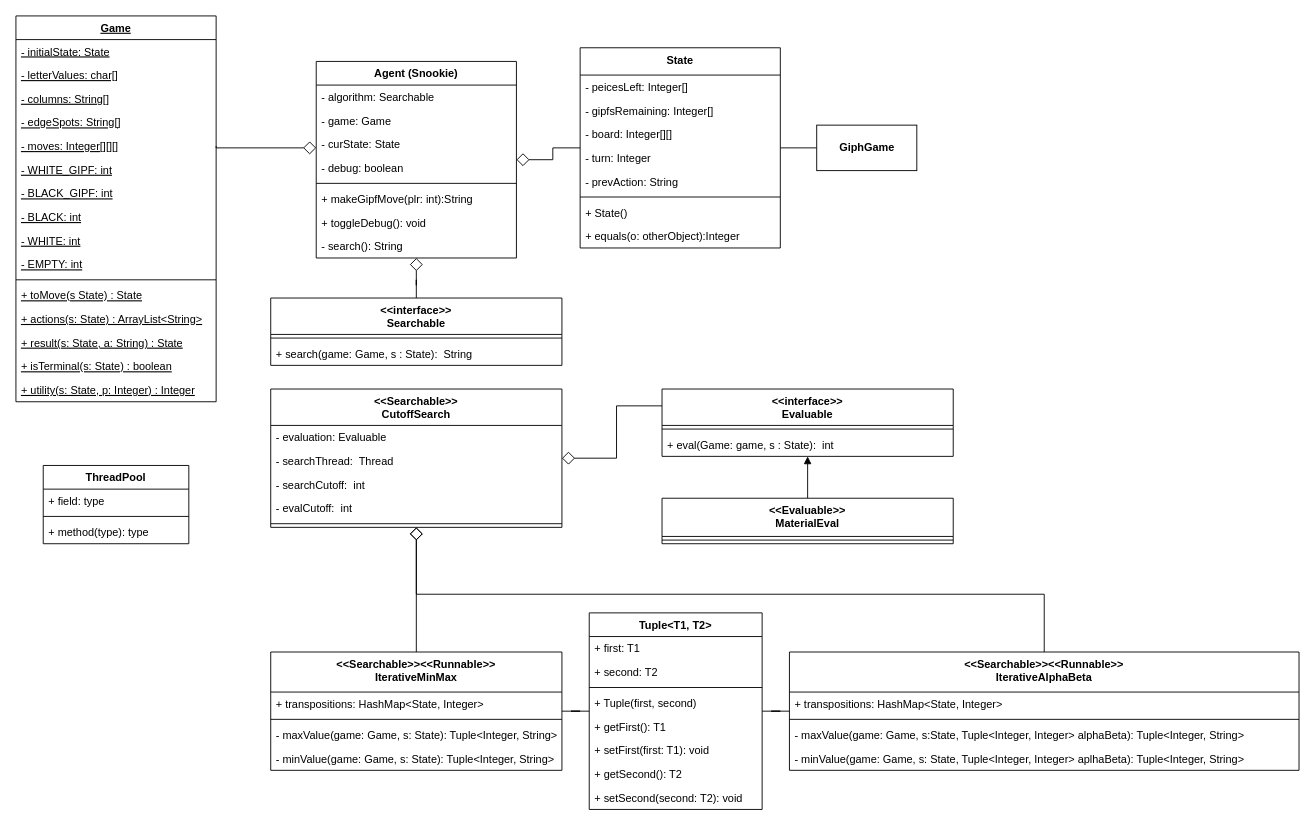
Earlier version of the draw.io diagram diagrams/CSC3335_Project3.drawio (tone-man/tone-man-hancockcraveirocanfield_3335_project3). Source tidied: cells renumbered, new cells numbered last; positions are measured from the earlier drawing's top-left corner, leaving out a move shared by most shapes. Both pictures are drawn from the tidied source at 91%, with x=0, y=0 at pixel (15, 15).
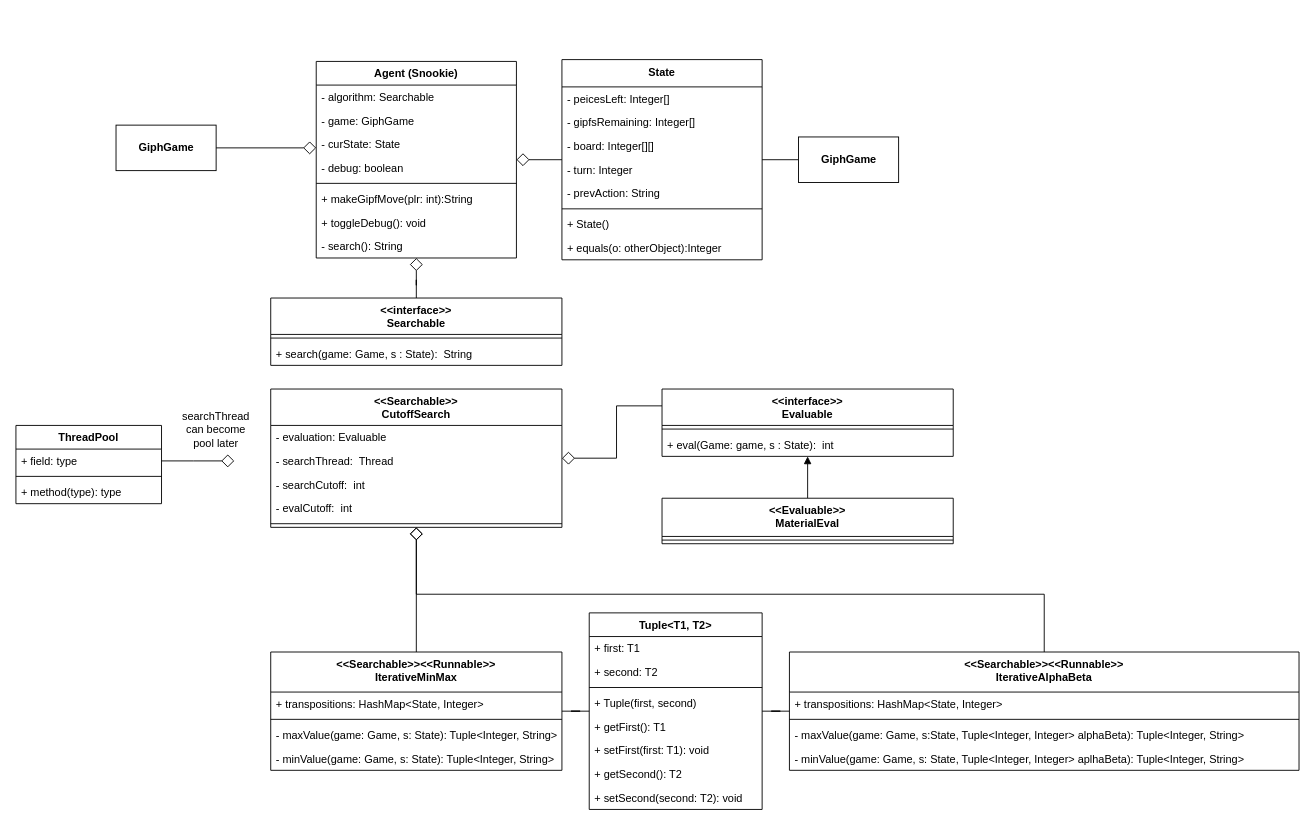
The same page after the edit.

Commit message (it also covers changes not shown here):
Collapsed Game into GipfGame

Unchanged cells that the change refers to:
```xml
<mxCell id="2" value="Agent (Snookie)" style="swimlane;fontStyle=1;align=center;verticalAlign=top;horizontal=1;startSize=26;" parent="1" vertex="1">
  <mxGeometry x="330" y="50" width="220" height="216" as="geometry" />
</mxCell>
<mxCell id="42" value="+ field: type" style="text;strokeColor=none;fillColor=none;align=left;verticalAlign=top;spacingLeft=4;spacingRight=4;overflow=hidden;points=[[0,0.5],[1,0.5]];portConstraint=eastwest;" parent="41" vertex="1">
  <mxGeometry y="26" width="160" height="26" as="geometry" />
</mxCell>
```

Diff of the diagram source:
```diff
@@
-    <mxCell id="4" value="- game: Game" style="text;strokeColor=none;fillColor=none;align=left;verticalAlign=top;spacingLeft=4;spacingRight=4;overflow=hidden;" parent="2" vertex="1">
+    <mxCell id="4" value="- game: GiphGame" style="text;strokeColor=none;fillColor=none;align=left;verticalAlign=top;spacingLeft=4;spacingRight=4;overflow=hidden;" parent="2" vertex="1">
       <mxGeometry y="52" width="220" height="26" as="geometry" />
     </mxCell>
@@
-    <mxCell id="17" style="edgeStyle=orthogonalEdgeStyle;rounded=0;jettySize=auto;html=1;endArrow=diamond;endFill=0;endSize=12;exitX=1;exitY=0.5;exitDx=0;exitDy=0;" parent="1" edge="1" source="23" target="2">
+    <mxCell id="17" style="edgeStyle=orthogonalEdgeStyle;rounded=0;jettySize=auto;html=1;endArrow=diamond;endFill=0;endSize=12;exitX=1;exitY=0.5;exitDx=0;exitDy=0;" parent="1" edge="1" target="2">
       <mxGeometry relative="1" as="geometry">
+        <mxPoint x="220" y="143" as="sourcePoint" />
         <Array as="points">
-          <mxPoint x="220" y="145" />
+          <mxPoint x="150" y="143" />
+          <mxPoint x="150" y="145" />
         </Array>
       </mxGeometry>
     </mxCell>
-    <mxCell id="18" value="Game" style="swimlane;fontStyle=5;align=center;verticalAlign=top;horizontal=1;startSize=26;" parent="1" vertex="1">
-      <mxGeometry width="220" height="424" as="geometry" />
-    </mxCell>
-    <mxCell id="19" value="- initialState: State" style="text;strokeColor=none;fillColor=none;align=left;verticalAlign=top;spacingLeft=4;spacingRight=4;overflow=hidden;fontStyle=4;" parent="18" vertex="1">
-      <mxGeometry y="26" width="220" height="26" as="geometry" />
-    </mxCell>
-    <mxCell id="20" value="- letterValues: char[]" style="text;strokeColor=none;fillColor=none;align=left;verticalAlign=top;spacingLeft=4;spacingRight=4;overflow=hidden;fontStyle=4;" parent="18" vertex="1">
-      <mxGeometry y="52" width="220" height="26" as="geometry" />
-    </mxCell>
-    <mxCell id="21" value="- columns: String[]" style="text;strokeColor=none;fillColor=none;align=left;verticalAlign=top;spacingLeft=4;spacingRight=4;overflow=hidden;fontStyle=4;" parent="18" vertex="1">
-      <mxGeometry y="78" width="220" height="26" as="geometry" />
-    </mxCell>
-    <mxCell id="22" value="- edgeSpots: String[]" style="text;strokeColor=none;fillColor=none;align=left;verticalAlign=top;spacingLeft=4;spacingRight=4;overflow=hidden;fontStyle=4;" parent="18" vertex="1">
-      <mxGeometry y="104" width="220" height="26" as="geometry" />
-    </mxCell>
-    <mxCell id="23" value="- moves: Integer[][][]" style="text;strokeColor=none;fillColor=none;align=left;verticalAlign=top;spacingLeft=4;spacingRight=4;overflow=hidden;points=[[0,0.5],[1,0.5]];portConstraint=eastwest;fontStyle=4;" parent="18" vertex="1">
-      <mxGeometry y="130" width="220" height="26" as="geometry" />
-    </mxCell>
-    <mxCell id="24" value="- WHITE_GIPF: int" style="text;strokeColor=none;fillColor=none;align=left;verticalAlign=top;spacingLeft=4;spacingRight=4;overflow=hidden;fontStyle=4;" parent="18" vertex="1">
-      <mxGeometry y="156" width="220" height="26" as="geometry" />
-    </mxCell>
-    <mxCell id="25" value="- BLACK_GIPF: int" style="text;strokeColor=none;fillColor=none;align=left;verticalAlign=top;spacingLeft=4;spacingRight=4;overflow=hidden;fontStyle=4;" parent="18" vertex="1">
-      <mxGeometry y="182" width="220" height="26" as="geometry" />
-    </mxCell>
-    <mxCell id="26" value="- BLACK: int" style="text;strokeColor=none;fillColor=none;align=left;verticalAlign=top;spacingLeft=4;spacingRight=4;overflow=hidden;fontStyle=4;" parent="18" vertex="1">
-      <mxGeometry y="208" width="220" height="26" as="geometry" />
-    </mxCell>
-    <mxCell id="27" value="- WHITE: int" style="text;strokeColor=none;fillColor=none;align=left;verticalAlign=top;spacingLeft=4;spacingRight=4;overflow=hidden;fontStyle=4;" parent="18" vertex="1">
-      <mxGeometry y="234" width="220" height="26" as="geometry" />
-    </mxCell>
-    <mxCell id="28" value="- EMPTY: int" style="text;strokeColor=none;fillColor=none;align=left;verticalAlign=top;spacingLeft=4;spacingRight=4;overflow=hidden;fontStyle=4;" parent="18" vertex="1">
-      <mxGeometry y="260" width="220" height="26" as="geometry" />
-    </mxCell>
-    <mxCell id="29" style="line;strokeWidth=1;fillColor=none;align=left;verticalAlign=middle;spacingTop=-1;spacingLeft=3;spacingRight=3;labelPosition=right;strokeColor=inherit;" parent="18" vertex="1">
-      <mxGeometry y="286" width="220" height="8" as="geometry" />
-    </mxCell>
-    <mxCell id="30" value="+ toMove(s State) : State" style="text;strokeColor=none;fillColor=none;align=left;verticalAlign=top;spacingLeft=4;spacingRight=4;overflow=hidden;fontStyle=4;" parent="18" vertex="1">
-      <mxGeometry y="294" width="220" height="26" as="geometry" />
-    </mxCell>
-    <mxCell id="31" value="+ actions(s: State) : ArrayList&lt;String&gt;" style="text;strokeColor=none;fillColor=none;align=left;verticalAlign=top;spacingLeft=4;spacingRight=4;overflow=hidden;fontStyle=4;" parent="18" vertex="1">
-      <mxGeometry y="320" width="220" height="26" as="geometry" />
-    </mxCell>
-    <mxCell id="32" value="+ result(s: State, a: String) : State" style="text;strokeColor=none;fillColor=none;align=left;verticalAlign=top;spacingLeft=4;spacingRight=4;overflow=hidden;fontStyle=4;" parent="18" vertex="1">
-      <mxGeometry y="346" width="220" height="26" as="geometry" />
-    </mxCell>
-    <mxCell id="33" value="+ isTerminal(s: State) : boolean" style="text;strokeColor=none;fillColor=none;align=left;verticalAlign=top;spacingLeft=4;spacingRight=4;overflow=hidden;fontStyle=4;" parent="18" vertex="1">
-      <mxGeometry y="372" width="220" height="26" as="geometry" />
-    </mxCell>
-    <mxCell id="34" value="+ utility(s: State, p: Integer) : Integer" style="text;strokeColor=none;fillColor=none;align=left;verticalAlign=top;spacingLeft=4;spacingRight=4;overflow=hidden;fontStyle=4;" parent="18" vertex="1">
-      <mxGeometry y="398" width="220" height="26" as="geometry" />
-    </mxCell>
@@
     <mxCell id="41" value="ThreadPool" style="swimlane;fontStyle=1;align=center;verticalAlign=top;horizontal=1;startSize=26;" parent="1" vertex="1">
-      <mxGeometry x="30" y="494" width="160" height="86" as="geometry" />
+      <mxGeometry y="450" width="160" height="86" as="geometry" />
     </mxCell>
@@
     <mxCell id="62" value="State" style="swimlane;fontStyle=1;align=center;verticalAlign=top;horizontal=1;startSize=30;" parent="1" vertex="1">
-      <mxGeometry x="620" y="35" width="220" height="220" as="geometry" />
+      <mxGeometry x="600" y="48" width="220" height="220" as="geometry" />
     </mxCell>
@@
     <mxCell id="72" value="&lt;b&gt;GiphGame&lt;/b&gt;" style="html=1;" parent="1" vertex="1">
-      <mxGeometry x="880" y="120" width="110" height="50" as="geometry" />
+      <mxGeometry x="860" y="133" width="110" height="50" as="geometry" />
     </mxCell>
@@
+    <mxCell id="85" style="edgeStyle=orthogonalEdgeStyle;rounded=0;jettySize=auto;html=1;exitX=1;exitY=0.5;exitDx=0;exitDy=0;endArrow=diamond;endFill=0;endSize=12;" parent="1" edge="1" source="42">
+      <mxGeometry relative="1" as="geometry">
+        <mxPoint x="240" y="489" as="targetPoint" />
+      </mxGeometry>
+    </mxCell>
+    <mxCell id="86" value="searchThread&lt;br&gt;can become pool later" style="text;html=1;strokeColor=none;fillColor=none;align=center;verticalAlign=middle;whiteSpace=wrap;rounded=0;" parent="1" vertex="1">
+      <mxGeometry x="190" y="440" width="60" height="30" as="geometry" />
+    </mxCell>
+    <mxCell id="87" value="&lt;b&gt;GiphGame&lt;/b&gt;" style="html=1;" parent="1" vertex="1">
+      <mxGeometry x="110" y="120" width="110" height="50" as="geometry" />
+    </mxCell>
```
